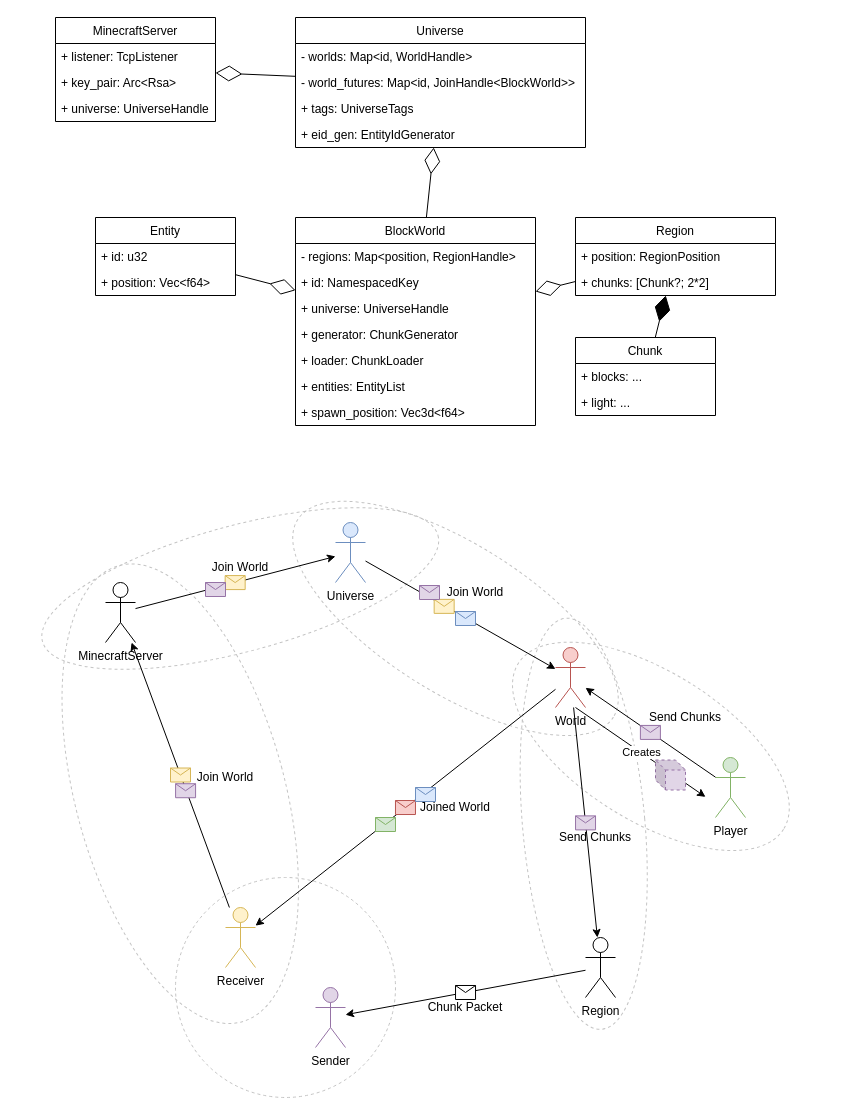
This is actor model join world procedure.drawio from ColinTimBarndt/rustian-minecraft-server, a draw.io file, before an edit. Source tidied: cells renumbered, new cells numbered last; positions are measured from the earlier drawing's top-left corner, leaving out a move shared by most shapes. Both pictures are drawn from the tidied source at 100%, with x=0, y=0 at pixel (35, 17).
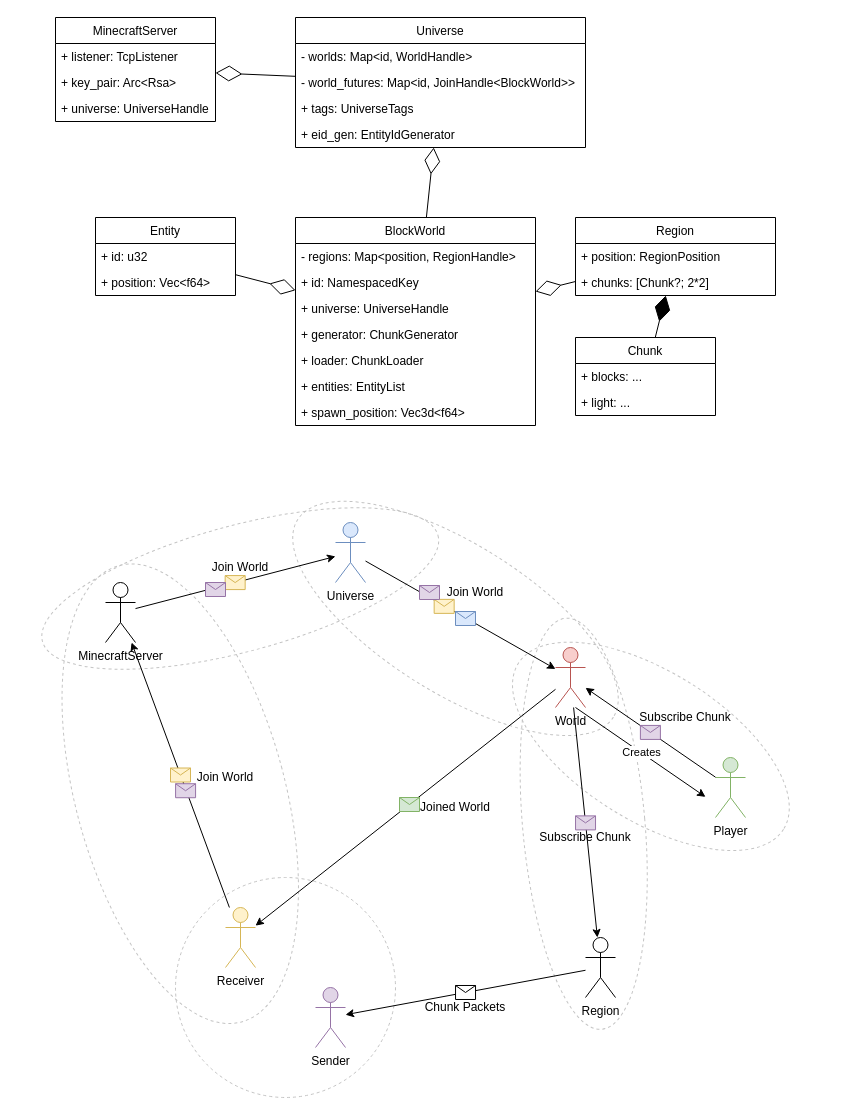
Above is the later version.

The change refers to these unchanged cells:
```xml
<mxCell id="50" style="endArrow=classic;html=1;" parent="1" edge="1" source="37" target="40">
  <mxGeometry relative="1" as="geometry" />
</mxCell>
```

The edit, as a diff of the source:
```diff
@@
-    <mxCell id="51" style="shape=message;html=1;fillColor=#f8cecc;strokeColor=#b85450;" parent="50" vertex="1">
-      <mxGeometry width="20" height="14" relative="1" as="geometry">
-        <mxPoint x="-10" y="-7" as="offset" />
-      </mxGeometry>
-    </mxCell>
@@
-    <mxCell id="61" style="shape=message;html=1;fillColor=#dae8fc;strokeColor=#6c8ebf;" parent="1" vertex="1">
-      <mxGeometry x="380" y="770" width="20" height="14" as="geometry" />
-    </mxCell>
     <mxCell id="62" style="shape=message;html=1;fillColor=#d5e8d4;strokeColor=#82b366;" parent="1" vertex="1">
-      <mxGeometry x="340" y="800" width="20" height="14" as="geometry" />
+      <mxGeometry x="364" y="780" width="20" height="14" as="geometry" />
     </mxCell>
-    <mxCell id="63" value="Send Chunks" style="text;html=1;strokeColor=none;fillColor=none;align=center;verticalAlign=middle;whiteSpace=wrap;rounded=0;" parent="1" vertex="1">
-      <mxGeometry x="610" y="690" width="80" height="20" as="geometry" />
+    <mxCell id="63" value="Subscribe Chunk" style="text;html=1;strokeColor=none;fillColor=none;align=center;verticalAlign=middle;whiteSpace=wrap;rounded=0;" parent="1" vertex="1">
+      <mxGeometry x="600" y="690" width="100" height="20" as="geometry" />
     </mxCell>
@@
-    <mxCell id="66" style="shape=cube;whiteSpace=wrap;html=1;boundedLbl=1;backgroundOutline=1;darkOpacity=0.05;darkOpacity2=0.1;dashed=1;sketch=0;strokeColor=#9673a6;fillColor=#e1d5e7;size=10;" parent="1" vertex="1">
-      <mxGeometry x="620" y="742.5" width="30" height="30" as="geometry" />
-    </mxCell>
@@
-    <mxCell id="72" value="Send Chunks" style="text;html=1;strokeColor=none;fillColor=none;align=center;verticalAlign=middle;whiteSpace=wrap;rounded=0;" parent="1" vertex="1">
-      <mxGeometry x="520" y="810" width="80" height="20" as="geometry" />
+    <mxCell id="72" value="Subscribe Chunk" style="text;html=1;strokeColor=none;fillColor=none;align=center;verticalAlign=middle;whiteSpace=wrap;rounded=0;" parent="1" vertex="1">
+      <mxGeometry x="500" y="810" width="100" height="20" as="geometry" />
     </mxCell>
@@
-    <mxCell id="75" value="Chunk Packet" style="text;html=1;strokeColor=none;fillColor=none;align=center;verticalAlign=middle;whiteSpace=wrap;rounded=0;" parent="1" vertex="1">
-      <mxGeometry x="390" y="980" width="80" height="20" as="geometry" />
+    <mxCell id="75" value="Chunk Packets" style="text;html=1;strokeColor=none;fillColor=none;align=center;verticalAlign=middle;whiteSpace=wrap;rounded=0;" parent="1" vertex="1">
+      <mxGeometry x="385" y="980" width="90" height="20" as="geometry" />
     </mxCell>
```
